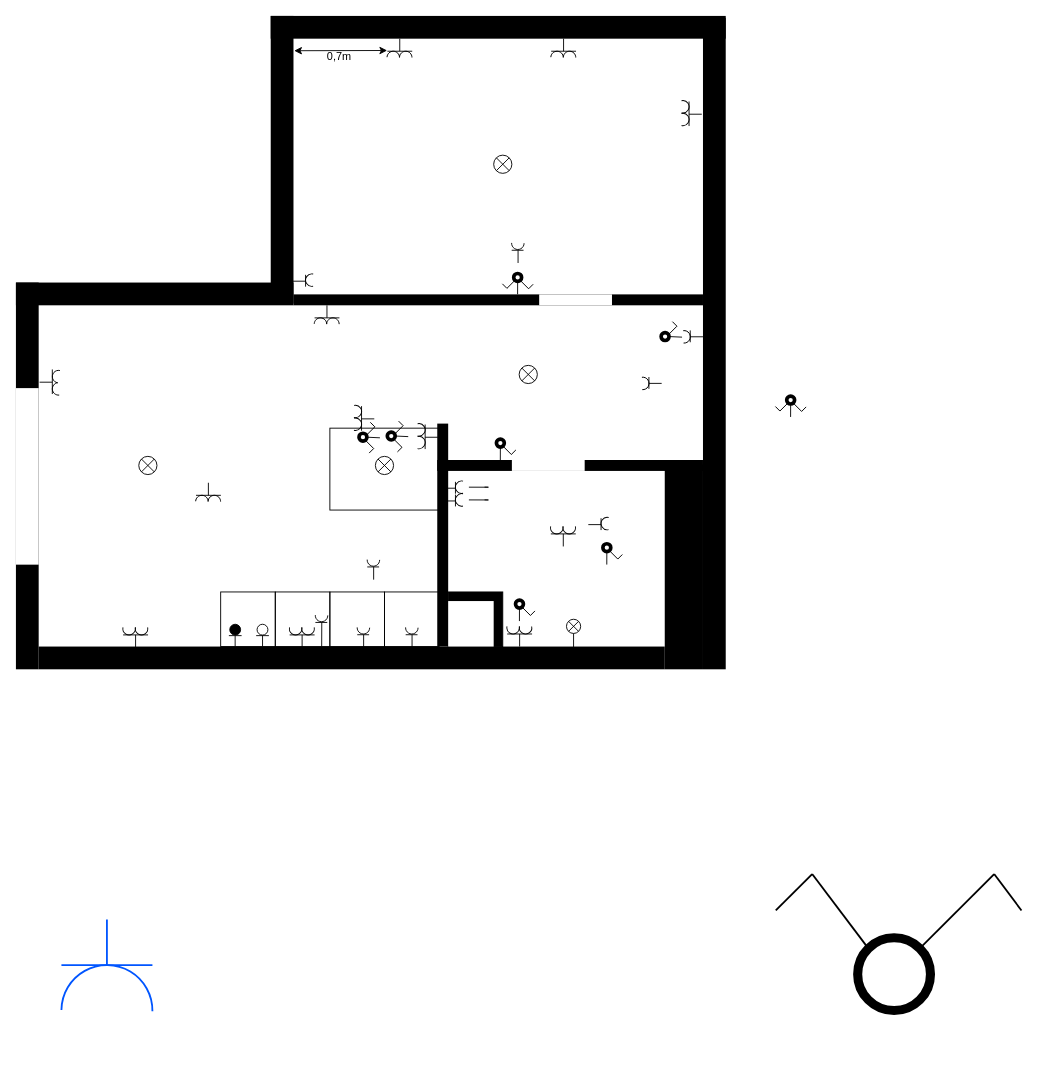
Before: Untitled Diagram.drawio in arkadiuszpasek/drawio, a draw.io diagram. Source tidied: cells renumbered, new cells numbered last; positions are measured from the earlier drawing's top-left corner, leaving out a move shared by most shapes. Both pictures are drawn from the tidied source at 91%, with x=0, y=0 at pixel (15, 15).
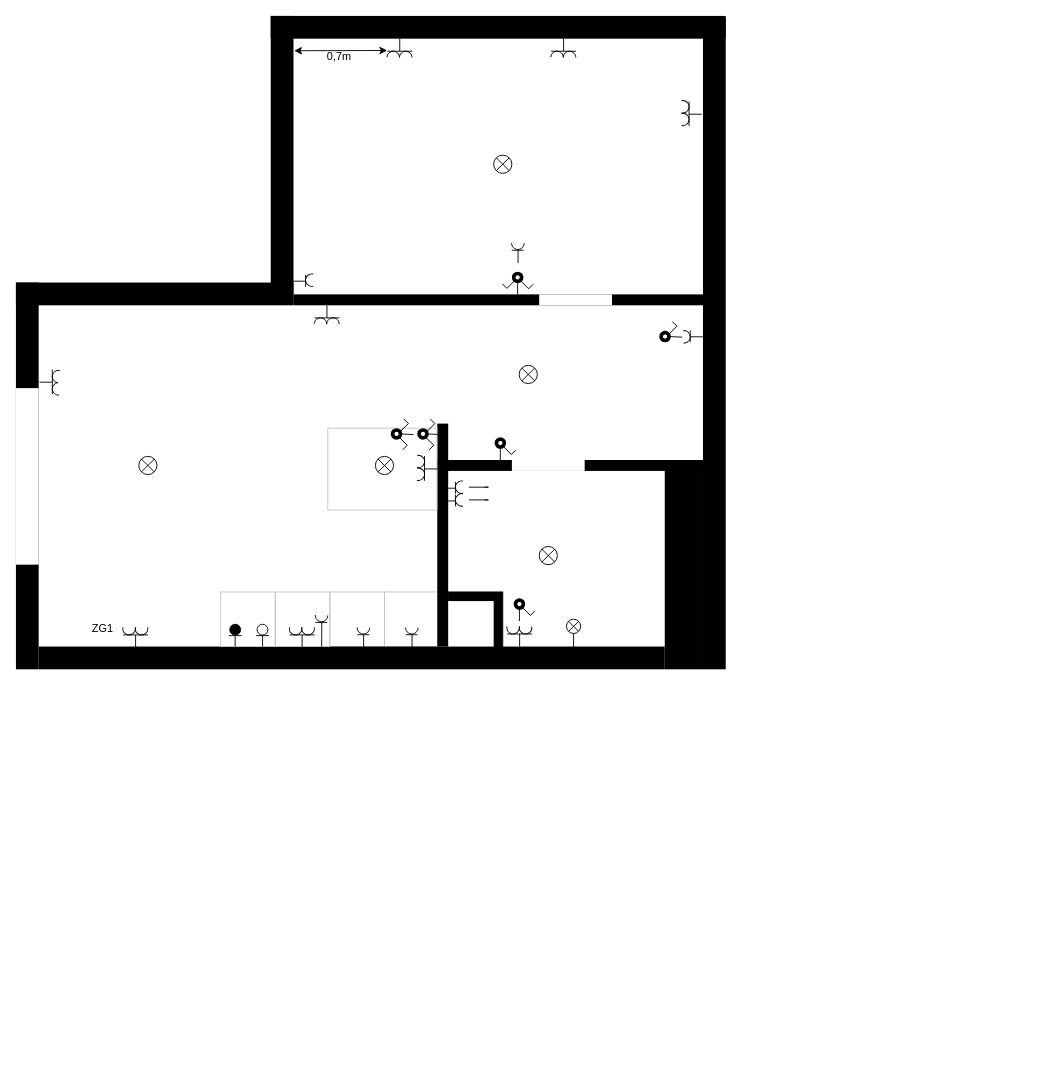
After the change.

The edit, as a diff of the source:
```diff
@@
-    <mxCell id="2" style="rounded=0;whiteSpace=wrap;html=1;strokeColor=#000000;strokeWidth=1;fillColor=none;" parent="1" vertex="1">
+    <mxCell id="2" style="rounded=0;whiteSpace=wrap;html=1;strokeColor=#C4C4C4;strokeWidth=1;fillColor=none;" parent="1" vertex="1">
       <mxGeometry x="405" y="633" width="60" height="60" as="geometry" />
     </mxCell>
-    <mxCell id="3" style="rounded=0;whiteSpace=wrap;html=1;strokeColor=#000000;strokeWidth=1;fillColor=none;" parent="1" vertex="1">
+    <mxCell id="3" style="rounded=0;whiteSpace=wrap;html=1;strokeColor=#C4C4C4;strokeWidth=1;fillColor=none;" parent="1" vertex="1">
       <mxGeometry x="345" y="633" width="60" height="60" as="geometry" />
     </mxCell>
-    <mxCell id="4" style="group;" parent="1" vertex="1">
-      <mxGeometry x="825" y="943" width="280" height="150" as="geometry" />
-    </mxCell>
-    <mxCell id="5" style="ellipse;whiteSpace=wrap;html=1;strokeColor=#000000;strokeWidth=10;fillColor=none;" parent="4" vertex="1">
-      <mxGeometry x="100" y="70" width="80" height="80" as="geometry" />
-    </mxCell>
-    <mxCell id="6" style="endArrow=none;html=1;rounded=0;strokeColor=#000000;strokeWidth=2;exitX=1;exitY=0;exitDx=0;exitDy=0;" parent="4" edge="1" source="5">
-      <mxGeometry relative="1" as="geometry">
-        <mxPoint x="250" as="targetPoint" />
-      </mxGeometry>
-    </mxCell>
-    <mxCell id="7" style="endArrow=none;html=1;rounded=0;strokeColor=#000000;strokeWidth=2;" parent="4" edge="1">
-      <mxGeometry relative="1" as="geometry">
-        <mxPoint x="250" as="sourcePoint" />
-        <mxPoint x="280" y="40" as="targetPoint" />
-      </mxGeometry>
-    </mxCell>
-    <mxCell id="8" style="endArrow=none;html=1;rounded=0;strokeColor=#000000;strokeWidth=2;exitX=0;exitY=0;exitDx=0;exitDy=0;" parent="4" edge="1" source="5">
-      <mxGeometry relative="1" as="geometry">
-        <mxPoint x="50" as="targetPoint" />
-      </mxGeometry>
-    </mxCell>
-    <mxCell id="9" style="endArrow=none;html=1;rounded=0;strokeColor=#000000;strokeWidth=2;" parent="4" edge="1">
-      <mxGeometry relative="1" as="geometry">
-        <mxPoint x="10" y="40" as="sourcePoint" />
-        <mxPoint x="50" as="targetPoint" />
-      </mxGeometry>
-    </mxCell>
@@
-    <mxCell id="16" style="group;" parent="1" vertex="1">
-      <mxGeometry x="30.4" y="993" width="139.3" height="169.6" as="geometry" />
-    </mxCell>
-    <mxCell id="17" style="verticalLabelPosition=bottom;verticalAlign=top;html=1;shape=mxgraph.basic.arc;startAngle=0.5992652111524084;endAngle=0.1;fillColor=none;rotation=55;strokeWidth=2;strokeColor=#0055FF;" parent="16" vertex="1">
-      <mxGeometry x="19.6" y="50" width="100" height="100" as="geometry" />
-    </mxCell>
-    <mxCell id="18" style="endArrow=none;html=1;rounded=0;strokeColor=#0055FF;strokeWidth=2;" parent="16" edge="1">
-      <mxGeometry relative="1" as="geometry">
-        <mxPoint x="19.6" y="50" as="sourcePoint" />
-        <mxPoint x="119.6" y="50" as="targetPoint" />
-      </mxGeometry>
-    </mxCell>
-    <mxCell id="19" style="endArrow=none;html=1;rounded=0;strokeColor=#0055FF;strokeWidth=2;" parent="16" edge="1">
-      <mxGeometry relative="1" as="geometry">
-        <mxPoint x="69.6" y="50" as="sourcePoint" />
-        <mxPoint x="69.6" as="targetPoint" />
-      </mxGeometry>
-    </mxCell>
-    <mxCell id="20" style="rounded=0;whiteSpace=wrap;html=1;strokeColor=#000000;strokeWidth=1;fillColor=none;" parent="1" vertex="1">
+    <mxCell id="20" style="rounded=0;whiteSpace=wrap;html=1;strokeColor=#C4C4C4;strokeWidth=1;fillColor=none;" parent="1" vertex="1">
       <mxGeometry x="285" y="633" width="60" height="60" as="geometry" />
     </mxCell>
-    <mxCell id="21" style="rounded=0;whiteSpace=wrap;html=1;strokeColor=#000000;strokeWidth=1;fillColor=none;" parent="1" vertex="1">
+    <mxCell id="21" style="rounded=0;whiteSpace=wrap;html=1;strokeColor=#C4C4C4;strokeWidth=1;fillColor=none;" parent="1" vertex="1">
       <mxGeometry x="225" y="633" width="60" height="60" as="geometry" />
     </mxCell>
-    <mxCell id="22" style="rounded=0;whiteSpace=wrap;html=1;strokeColor=#000000;strokeWidth=1;fillColor=none;" parent="1" vertex="1">
-      <mxGeometry x="345" y="453" width="120" height="90" as="geometry" />
+    <mxCell id="22" style="rounded=0;whiteSpace=wrap;html=1;strokeColor=#C4C4C4;strokeWidth=1;fillColor=none;" parent="1" vertex="1">
+      <mxGeometry x="342.7" y="453" width="120" height="90" as="geometry" />
     </mxCell>
@@
-    <mxCell id="35" style="group;" parent="1" vertex="1">
-      <mxGeometry x="645" y="580" width="21" height="22.9" as="geometry" />
-    </mxCell>
-    <mxCell id="36" style="ellipse;whiteSpace=wrap;html=1;strokeColor=#000000;strokeWidth=4;fillColor=none;" parent="35" vertex="1">
-      <mxGeometry width="8.7" height="8.7" as="geometry" />
-    </mxCell>
-    <mxCell id="37" style="shape=partialRectangle;whiteSpace=wrap;html=1;top=0;left=0;fillColor=none;strokeColor=#000000;strokeWidth=1;rotation=45;" parent="35" vertex="1">
-      <mxGeometry x="7.6" y="6.7" width="13" height="6.5" as="geometry" />
-    </mxCell>
-    <mxCell id="38" style="endArrow=none;html=1;rounded=0;strokeColor=#000000;strokeWidth=1;entryX=0.5;entryY=1;entryDx=0;entryDy=0;" parent="35" edge="1" target="36">
-      <mxGeometry relative="1" as="geometry">
-        <mxPoint x="4.3" y="22.9" as="sourcePoint" />
-      </mxGeometry>
-    </mxCell>
-    <mxCell id="39" style="group;" parent="1" vertex="1">
-      <mxGeometry x="585" y="553" width="32.3" height="30" as="geometry" />
-    </mxCell>
-    <mxCell id="40" style="endArrow=none;html=1;rounded=0;strokeColor=#000000;strokeWidth=1;" parent="39" edge="1">
-      <mxGeometry relative="1" as="geometry">
-        <mxPoint x="16.5" y="30" as="sourcePoint" />
-        <mxPoint x="16.5" y="16.2" as="targetPoint" />
-      </mxGeometry>
-    </mxCell>
-    <mxCell id="41" style="endArrow=none;html=1;rounded=0;strokeColor=#000000;strokeWidth=1;" parent="39" edge="1">
-      <mxGeometry relative="1" as="geometry">
-        <mxPoint x="2.8" y="16.2" as="sourcePoint" />
-        <mxPoint x="30.2" y="16.2" as="targetPoint" />
-      </mxGeometry>
-    </mxCell>
-    <mxCell id="42" style="verticalLabelPosition=bottom;verticalAlign=top;html=1;shape=mxgraph.basic.arc;startAngle=0.3;endAngle=0.8683723776933644;strokeColor=#000000;strokeWidth=1;fillColor=#000000;rotation=-30;" parent="39" vertex="1">
-      <mxGeometry x="16.2" y="2.5" width="13.7" height="13.7" as="geometry" />
-    </mxCell>
-    <mxCell id="43" style="verticalLabelPosition=bottom;verticalAlign=top;html=1;shape=mxgraph.basic.arc;startAngle=0.3;endAngle=0.8683723776933644;strokeColor=#000000;strokeWidth=1;fillColor=#000000;rotation=-30;" parent="39" vertex="1">
-      <mxGeometry x="2.5" y="2.5" width="13.7" height="13.7" as="geometry" />
-    </mxCell>
@@
-    <mxCell id="61" style="group;rotation=90;" parent="1" vertex="1">
-      <mxGeometry x="635" y="543" width="18.7" height="30.5" as="geometry" />
-    </mxCell>
-    <mxCell id="62" style="endArrow=none;html=1;rounded=0;strokeColor=#000000;strokeWidth=1;" parent="61" edge="1">
-      <mxGeometry relative="1" as="geometry">
-        <mxPoint x="-6" y="16" as="sourcePoint" />
-        <mxPoint x="8" y="16" as="targetPoint" />
-      </mxGeometry>
-    </mxCell>
-    <mxCell id="63" style="endArrow=none;html=1;rounded=0;strokeColor=#000000;strokeWidth=1;" parent="61" edge="1">
-      <mxGeometry relative="1" as="geometry">
-        <mxPoint x="8" y="9" as="sourcePoint" />
-        <mxPoint x="8" y="22" as="targetPoint" />
-      </mxGeometry>
-    </mxCell>
-    <mxCell id="64" style="verticalLabelPosition=bottom;verticalAlign=top;html=1;shape=mxgraph.basic.arc;startAngle=0.3;endAngle=0.8683723776933644;strokeColor=#000000;strokeWidth=1;fillColor=#000000;rotation=60;" parent="61" vertex="1">
-      <mxGeometry x="8" y="8" width="13.7" height="13.7" as="geometry" />
-    </mxCell>
-    <mxCell id="65" style="group;rotation=-90;" parent="1" vertex="1">
-      <mxGeometry x="432.7" y="448" width="32.3" height="30.2" as="geometry" />
-    </mxCell>
-    <mxCell id="66" style="group;" parent="65" vertex="1">
-      <mxGeometry x="0.8" y="-2.5" width="30.2" height="32.7" as="geometry" />
-    </mxCell>
-    <mxCell id="67" style="endArrow=none;html=1;rounded=0;strokeColor=#000000;strokeWidth=1;" parent="66" edge="1">
-      <mxGeometry relative="1" as="geometry">
-        <mxPoint x="30.2" y="17.5" as="sourcePoint" />
-        <mxPoint x="16.2" y="17.5" as="targetPoint" />
-      </mxGeometry>
-    </mxCell>
-    <mxCell id="68" style="endArrow=none;html=1;rounded=0;strokeColor=#000000;strokeWidth=1;" parent="66" edge="1">
-      <mxGeometry relative="1" as="geometry">
-        <mxPoint x="16.2" y="30.5" as="sourcePoint" />
-        <mxPoint x="16.2" y="3.5" as="targetPoint" />
-      </mxGeometry>
-    </mxCell>
-    <mxCell id="69" style="verticalLabelPosition=bottom;verticalAlign=top;html=1;shape=mxgraph.basic.arc;startAngle=0.3;endAngle=0.8683723776933644;strokeColor=#000000;strokeWidth=1;fillColor=#000000;rotation=-120;" parent="66" vertex="1">
-      <mxGeometry x="2.5" y="2.5" width="13.7" height="13.7" as="geometry" />
-    </mxCell>
-    <mxCell id="70" style="verticalLabelPosition=bottom;verticalAlign=top;html=1;shape=mxgraph.basic.arc;startAngle=0.3;endAngle=0.8683723776933644;strokeColor=#000000;strokeWidth=1;fillColor=#000000;rotation=-120;" parent="66" vertex="1">
-      <mxGeometry x="2.5" y="16.5" width="13.7" height="13.7" as="geometry" />
-    </mxCell>
-    <mxCell id="71" style="group;flipV=0;rotation=-90;" parent="65" vertex="1">
-      <mxGeometry x="-29.6" y="2.3" width="33" height="22.9" as="geometry" />
-    </mxCell>
-    <mxCell id="72" style="group;rotation=-90;" parent="71" vertex="1">
-      <mxGeometry x="6" y="-6" width="21" height="22.9" as="geometry" />
-    </mxCell>
-    <mxCell id="73" style="ellipse;whiteSpace=wrap;html=1;strokeColor=#000000;strokeWidth=4;fillColor=none;rotation=-90;" parent="72" vertex="1">
-      <mxGeometry x="-1" y="13" width="8.7" height="8.7" as="geometry" />
-    </mxCell>
-    <mxCell id="74" style="shape=partialRectangle;whiteSpace=wrap;html=1;top=0;left=0;fillColor=none;strokeColor=#000000;strokeWidth=1;rotation=-45;" parent="72" vertex="1">
-      <mxGeometry x="3" y="5" width="13" height="6.5" as="geometry" />
-    </mxCell>
-    <mxCell id="75" style="endArrow=none;html=1;rounded=0;strokeColor=#000000;strokeWidth=1;entryX=0.5;entryY=1;entryDx=0;entryDy=0;" parent="72" edge="1" target="73">
-      <mxGeometry relative="1" as="geometry">
-        <mxPoint x="22" y="18" as="sourcePoint" />
-      </mxGeometry>
-    </mxCell>
-    <mxCell id="76" style="shape=partialRectangle;whiteSpace=wrap;html=1;top=0;left=0;fillColor=none;strokeColor=#000000;strokeWidth=1;rotation=-45;flipH=1;flipV=0;direction=south;" parent="71" vertex="1">
-      <mxGeometry x="11" y="15" width="6.5" height="13" as="geometry" />
-    </mxCell>
@@
     <mxCell id="83" style="group;flipV=0;rotation=-90;" parent="1" vertex="1">
-      <mxGeometry x="372" y="451.6" width="33" height="22.9" as="geometry" />
+      <mxGeometry x="408.9" y="448" width="33" height="22.9" as="geometry" />
     </mxCell>
@@
-    <mxCell id="89" style="group;" parent="1" vertex="1">
-      <mxGeometry x="835" y="417.8" width="33" height="22.9" as="geometry" />
-    </mxCell>
-    <mxCell id="90" style="group;" parent="89" vertex="1">
-      <mxGeometry x="12" width="21" height="22.9" as="geometry" />
-    </mxCell>
-    <mxCell id="91" style="ellipse;whiteSpace=wrap;html=1;strokeColor=#000000;strokeWidth=4;fillColor=none;" parent="90" vertex="1">
-      <mxGeometry width="8.7" height="8.7" as="geometry" />
-    </mxCell>
-    <mxCell id="92" style="shape=partialRectangle;whiteSpace=wrap;html=1;top=0;left=0;fillColor=none;strokeColor=#000000;strokeWidth=1;rotation=45;" parent="90" vertex="1">
-      <mxGeometry x="7.6" y="6.7" width="13" height="6.5" as="geometry" />
-    </mxCell>
-    <mxCell id="93" style="endArrow=none;html=1;rounded=0;strokeColor=#000000;strokeWidth=1;entryX=0.5;entryY=1;entryDx=0;entryDy=0;" parent="90" edge="1" target="91">
-      <mxGeometry relative="1" as="geometry">
-        <mxPoint x="4.3" y="22.9" as="sourcePoint" />
-      </mxGeometry>
-    </mxCell>
-    <mxCell id="94" style="shape=partialRectangle;whiteSpace=wrap;html=1;top=0;left=0;fillColor=none;strokeColor=#000000;strokeWidth=1;rotation=45;flipH=1;flipV=0;direction=south;" parent="89" vertex="1">
-      <mxGeometry x="3.6" y="3" width="6.5" height="13" as="geometry" />
-    </mxCell>
-    <mxCell id="95" style="group;" parent="1" vertex="1">
-      <mxGeometry x="194.7" y="513" width="33" height="30.3" as="geometry" />
-    </mxCell>
-    <mxCell id="96" style="endArrow=none;html=1;rounded=0;strokeColor=#000000;strokeWidth=1;" parent="95" edge="1">
-      <mxGeometry relative="1" as="geometry">
-        <mxPoint x="16.8" as="sourcePoint" />
-        <mxPoint x="16.8" y="13.8" as="targetPoint" />
-      </mxGeometry>
-    </mxCell>
-    <mxCell id="97" style="endArrow=none;html=1;rounded=0;strokeColor=#000000;strokeWidth=1;" parent="95" edge="1">
-      <mxGeometry relative="1" as="geometry">
-        <mxPoint x="3.2" y="13.8" as="sourcePoint" />
-        <mxPoint x="30.5" y="13.8" as="targetPoint" />
-      </mxGeometry>
-    </mxCell>
-    <mxCell id="98" style="verticalLabelPosition=bottom;verticalAlign=top;html=1;shape=mxgraph.basic.arc;startAngle=0.37391733001300537;endAngle=0.8683723776933644;strokeColor=#000000;strokeWidth=1;fillColor=#000000;rotation=45;flipV=1;" parent="95" vertex="1">
-      <mxGeometry x="16.5" y="13.8" width="13.7" height="13.7" as="geometry" />
-    </mxCell>
-    <mxCell id="99" style="verticalLabelPosition=bottom;verticalAlign=top;html=1;shape=mxgraph.basic.arc;startAngle=0.3740582657654126;endAngle=0.8683723776933644;strokeColor=#000000;strokeWidth=1;fillColor=#000000;rotation=-222;" parent="95" vertex="1">
-      <mxGeometry x="2.8" y="13.8" width="13.7" height="13.7" as="geometry" />
-    </mxCell>
@@
-    <mxCell id="110" style="group;" parent="1" vertex="1">
-      <mxGeometry x="386" y="591" width="13.7" height="28.5" as="geometry" />
-    </mxCell>
-    <mxCell id="111" style="endArrow=none;html=1;rounded=0;strokeColor=#000000;strokeWidth=1;" parent="110" edge="1">
-      <mxGeometry relative="1" as="geometry">
-        <mxPoint x="7.1" y="28.5" as="sourcePoint" />
-        <mxPoint x="7.1" y="14.5" as="targetPoint" />
-      </mxGeometry>
-    </mxCell>
-    <mxCell id="112" style="endArrow=none;html=1;rounded=0;strokeColor=#000000;strokeWidth=1;" parent="110" edge="1">
-      <mxGeometry relative="1" as="geometry">
-        <mxPoint x="0.1" y="14.5" as="sourcePoint" />
-        <mxPoint x="13.1" y="14.5" as="targetPoint" />
-      </mxGeometry>
-    </mxCell>
-    <mxCell id="113" style="verticalLabelPosition=bottom;verticalAlign=top;html=1;shape=mxgraph.basic.arc;startAngle=0.998191498943807;endAngle=0.5095378621179181;strokeColor=#000000;strokeWidth=1;fillColor=#000000;rotation=0;direction=south;" parent="110" vertex="1">
-      <mxGeometry width="13.7" height="13.7" as="geometry" />
-    </mxCell>
@@
-    <mxCell id="142" style="group;" parent="1" vertex="1">
-      <mxGeometry x="679.2" y="394.2" width="30.4" height="19.2" as="geometry" />
-    </mxCell>
-    <mxCell id="143" style="endArrow=none;html=1;rounded=0;strokeColor=#000000;strokeWidth=1;" parent="142" edge="1">
-      <mxGeometry relative="1" as="geometry">
-        <mxPoint x="30.4" y="9.6" as="sourcePoint" />
-        <mxPoint x="16.4" y="9.6" as="targetPoint" />
-      </mxGeometry>
-    </mxCell>
-    <mxCell id="144" style="endArrow=none;html=1;rounded=0;strokeColor=#000000;strokeWidth=1;" parent="142" edge="1">
-      <mxGeometry relative="1" as="geometry">
-        <mxPoint x="16.4" y="2.6" as="sourcePoint" />
-        <mxPoint x="16.4" y="15.6" as="targetPoint" />
-      </mxGeometry>
-    </mxCell>
-    <mxCell id="145" style="verticalLabelPosition=bottom;verticalAlign=top;html=1;shape=mxgraph.basic.arc;startAngle=0.3338153334156787;endAngle=0.8683723776933644;strokeColor=#000000;strokeWidth=1;fillColor=#000000;rotation=-128;" parent="142" vertex="1">
-      <mxGeometry x="2.8" y="2.8" width="13.7" height="13.7" as="geometry" />
-    </mxCell>
@@
-    <mxCell id="173" style="group;rotation=-90;" parent="1" vertex="1">
-      <mxGeometry x="362.8" y="427.8" width="32.3" height="30.2" as="geometry" />
-    </mxCell>
-    <mxCell id="174" style="group;" parent="173" vertex="1">
-      <mxGeometry x="0.8" y="-2.5" width="30.2" height="32.7" as="geometry" />
-    </mxCell>
-    <mxCell id="175" style="endArrow=none;html=1;rounded=0;strokeColor=#000000;strokeWidth=1;" parent="174" edge="1">
-      <mxGeometry relative="1" as="geometry">
-        <mxPoint x="30.2" y="17.5" as="sourcePoint" />
-        <mxPoint x="16.2" y="17.5" as="targetPoint" />
-      </mxGeometry>
-    </mxCell>
-    <mxCell id="176" style="endArrow=none;html=1;rounded=0;strokeColor=#000000;strokeWidth=1;" parent="174" edge="1">
-      <mxGeometry relative="1" as="geometry">
-        <mxPoint x="16.2" y="30.5" as="sourcePoint" />
-        <mxPoint x="16.2" y="3.5" as="targetPoint" />
-      </mxGeometry>
-    </mxCell>
-    <mxCell id="177" style="verticalLabelPosition=bottom;verticalAlign=top;html=1;shape=mxgraph.basic.arc;startAngle=0.3;endAngle=0.8683723776933644;strokeColor=#000000;strokeWidth=1;fillColor=#000000;rotation=-120;" parent="174" vertex="1">
-      <mxGeometry x="2.5" y="2.5" width="13.7" height="13.7" as="geometry" />
-    </mxCell>
-    <mxCell id="178" style="verticalLabelPosition=bottom;verticalAlign=top;html=1;shape=mxgraph.basic.arc;startAngle=0.3;endAngle=0.8683723776933644;strokeColor=#000000;strokeWidth=1;fillColor=#000000;rotation=-120;" parent="174" vertex="1">
-      <mxGeometry x="2.5" y="16.5" width="13.7" height="13.7" as="geometry" />
-    </mxCell>
@@
+    <mxCell id="66" style="group;" parent="1" vertex="1">
+      <mxGeometry x="432.8" y="480.3" width="30.2" height="32.7" as="geometry" />
+    </mxCell>
+    <mxCell id="67" style="endArrow=none;html=1;rounded=0;strokeColor=#000000;strokeWidth=1;" parent="66" edge="1">
+      <mxGeometry relative="1" as="geometry">
+        <mxPoint x="30.2" y="17.5" as="sourcePoint" />
+        <mxPoint x="16.2" y="17.5" as="targetPoint" />
+      </mxGeometry>
+    </mxCell>
+    <mxCell id="68" style="endArrow=none;html=1;rounded=0;strokeColor=#000000;strokeWidth=1;" parent="66" edge="1">
+      <mxGeometry relative="1" as="geometry">
+        <mxPoint x="16.2" y="30.5" as="sourcePoint" />
+        <mxPoint x="16.2" y="3.5" as="targetPoint" />
+      </mxGeometry>
+    </mxCell>
+    <mxCell id="69" style="verticalLabelPosition=bottom;verticalAlign=top;html=1;shape=mxgraph.basic.arc;startAngle=0.3;endAngle=0.8683723776933644;strokeColor=#000000;strokeWidth=1;fillColor=#000000;rotation=-120;" parent="66" vertex="1">
+      <mxGeometry x="2.5" y="2.5" width="13.7" height="13.7" as="geometry" />
+    </mxCell>
+    <mxCell id="70" style="verticalLabelPosition=bottom;verticalAlign=top;html=1;shape=mxgraph.basic.arc;startAngle=0.3;endAngle=0.8683723776933644;strokeColor=#000000;strokeWidth=1;fillColor=#000000;rotation=-120;" parent="66" vertex="1">
+      <mxGeometry x="2.5" y="16.5" width="13.7" height="13.7" as="geometry" />
+    </mxCell>
+    <mxCell id="71" style="group;flipV=0;rotation=-90;" parent="1" vertex="1">
+      <mxGeometry x="438" y="448" width="33" height="22.9" as="geometry" />
+    </mxCell>
+    <mxCell id="72" style="group;rotation=-90;" parent="71" vertex="1">
+      <mxGeometry x="6" y="-6" width="21" height="22.9" as="geometry" />
+    </mxCell>
+    <mxCell id="73" style="ellipse;whiteSpace=wrap;html=1;strokeColor=#000000;strokeWidth=4;fillColor=none;rotation=-90;" parent="72" vertex="1">
+      <mxGeometry x="-1" y="13" width="8.7" height="8.7" as="geometry" />
+    </mxCell>
+    <mxCell id="74" style="shape=partialRectangle;whiteSpace=wrap;html=1;top=0;left=0;fillColor=none;strokeColor=#000000;strokeWidth=1;rotation=-45;" parent="72" vertex="1">
+      <mxGeometry x="3" y="5" width="13" height="6.5" as="geometry" />
+    </mxCell>
+    <mxCell id="75" style="endArrow=none;html=1;rounded=0;strokeColor=#000000;strokeWidth=1;entryX=0.5;entryY=1;entryDx=0;entryDy=0;" parent="72" edge="1" target="73">
+      <mxGeometry relative="1" as="geometry">
+        <mxPoint x="22" y="18" as="sourcePoint" />
+      </mxGeometry>
+    </mxCell>
+    <mxCell id="76" style="shape=partialRectangle;whiteSpace=wrap;html=1;top=0;left=0;fillColor=none;strokeColor=#000000;strokeWidth=1;rotation=-45;flipH=1;flipV=0;direction=south;" parent="71" vertex="1">
+      <mxGeometry x="11" y="15" width="6.5" height="13" as="geometry" />
+    </mxCell>
+    <mxCell id="195" value="ZG1" style="text;html=1;align=center;verticalAlign=middle;strokeColor=none;fillColor=none;" parent="1" vertex="1">
+      <mxGeometry x="75" y="663" width="40" height="20" as="geometry" />
+    </mxCell>
+    <mxCell id="196" style="shape=sumEllipse;perimeter=ellipsePerimeter;whiteSpace=wrap;html=1;backgroundOutline=1;strokeColor=#000000;strokeWidth=1;fillColor=#FFFFFF;" parent="1" vertex="1">
+      <mxGeometry x="575" y="583" width="20" height="20" as="geometry" />
+    </mxCell>
```
